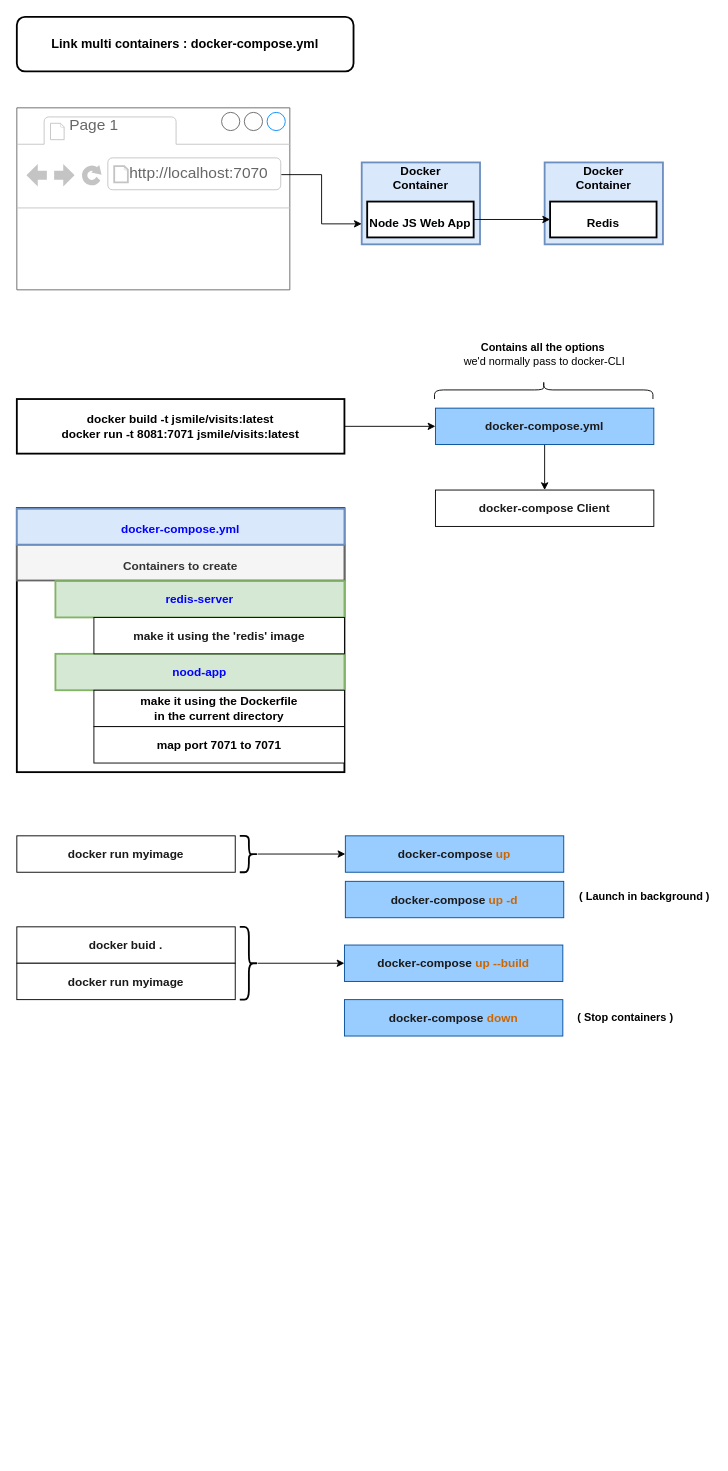
The draw.io diagram 4_link-two-containers.drawio in jsmile/docker-kubernetes, before the edit. Source tidied: cells renumbered, new cells numbered last; positions are measured from the earlier drawing's top-left corner, leaving out a move shared by most shapes. Both pictures are drawn from the tidied source at 91%, with x=0, y=0 at pixel (16, 16).
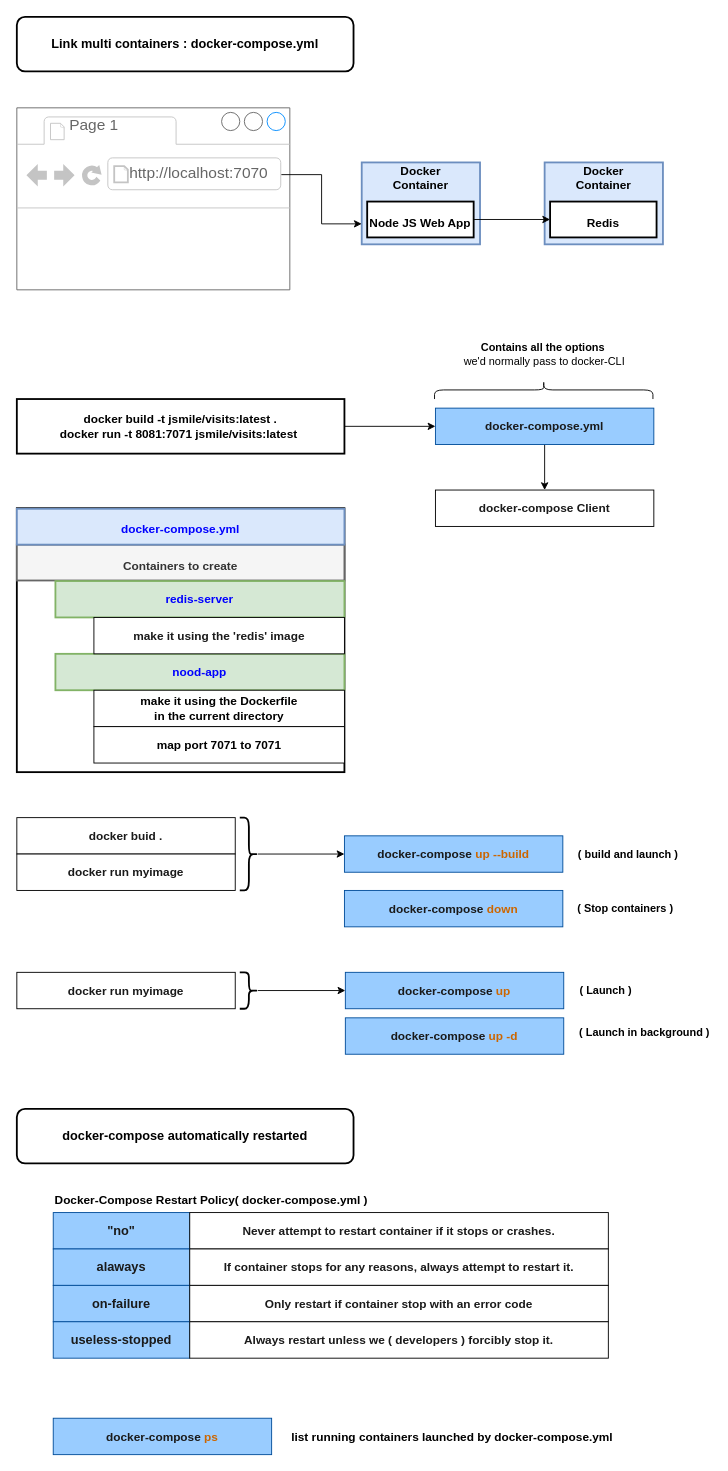
After the change.

Commit message (it also covers changes not shown here):
a fix of link multi containers : docker-compose.yml

Diff of the diagram source:
```diff
@@
-    <mxCell id="21" value="docker build -t jsmile/visits:latest&lt;br style=&quot;font-size: 13px;&quot;&gt;docker run -t 8081:7071 jsmile/visits:latest" style="rounded=0;whiteSpace=wrap;html=1;strokeWidth=2;fontSize=13;fontStyle=1;" parent="1" vertex="1">
+    <mxCell id="21" value="docker build -t jsmile/visits:latest .&lt;br style=&quot;font-size: 13px&quot;&gt;docker run -t 8081:7071 jsmile/visits:latest&amp;nbsp;" style="rounded=0;whiteSpace=wrap;html=1;strokeWidth=2;fontSize=13;fontStyle=1;" parent="1" vertex="1">
       <mxGeometry y="420" width="360" height="60" as="geometry" />
     </mxCell>
@@
+    <mxCell id="49" style="group;" parent="1" vertex="1">
+      <mxGeometry y="1050" width="765" height="90" as="geometry" />
+    </mxCell>
-    <mxCell id="36" value="&lt;h3 style=&quot;font-size: 13px&quot;&gt;&lt;font color=&quot;#1a1a1a&quot;&gt;docker run myimage&lt;/font&gt;&lt;/h3&gt;" style="rounded=0;whiteSpace=wrap;html=1;fontSize=13;" parent="1" vertex="1">
-      <mxGeometry y="900" width="240" height="40" as="geometry" />
+    <mxCell id="36" value="&lt;h3 style=&quot;font-size: 13px&quot;&gt;&lt;font color=&quot;#1a1a1a&quot;&gt;docker run myimage&lt;/font&gt;&lt;/h3&gt;" style="rounded=0;whiteSpace=wrap;html=1;fontSize=13;" parent="49" vertex="1">
+      <mxGeometry width="240" height="40" as="geometry" />
     </mxCell>
-    <mxCell id="37" value="&lt;h3 style=&quot;font-size: 13px&quot;&gt;&lt;font color=&quot;#1a1a1a&quot; style=&quot;font-size: 13px&quot;&gt;docker-compose &lt;/font&gt;&lt;font style=&quot;font-size: 13px&quot; color=&quot;#cc6600&quot;&gt;up&lt;/font&gt;&lt;/h3&gt;" style="rounded=0;whiteSpace=wrap;html=1;fillColor=#99CCFF;strokeColor=#004C99;fontSize=13;" parent="1" vertex="1">
-      <mxGeometry x="361" y="900" width="240" height="40" as="geometry" />
+    <mxCell id="37" value="&lt;h3 style=&quot;font-size: 13px&quot;&gt;&lt;font color=&quot;#1a1a1a&quot; style=&quot;font-size: 13px&quot;&gt;docker-compose &lt;/font&gt;&lt;font style=&quot;font-size: 13px&quot; color=&quot;#cc6600&quot;&gt;up&lt;/font&gt;&lt;/h3&gt;" style="rounded=0;whiteSpace=wrap;html=1;fillColor=#99CCFF;strokeColor=#004C99;fontSize=13;" parent="49" vertex="1">
+      <mxGeometry x="361" width="240" height="40" as="geometry" />
     </mxCell>
+    <mxCell id="40" style="edgeStyle=orthogonalEdgeStyle;rounded=0;jettySize=auto;html=1;fontSize=13;fontColor=#009900;" parent="49" edge="1" source="41" target="37">
+      <mxGeometry relative="1" as="geometry" />
+    </mxCell>
+    <mxCell id="41" style="shape=curlyBracket;whiteSpace=wrap;html=1;rounded=1;strokeWidth=2;fontSize=13;fontColor=#009900;rotation=-180;" parent="49" vertex="1">
+      <mxGeometry x="245" width="20" height="40" as="geometry" />
+    </mxCell>
+    <mxCell id="45" value="&lt;h3 style=&quot;font-size: 13px&quot;&gt;&lt;font color=&quot;#1a1a1a&quot; style=&quot;font-size: 13px&quot;&gt;docker-compose &lt;/font&gt;&lt;font color=&quot;#cc6600&quot;&gt;&lt;font style=&quot;font-size: 13px&quot;&gt;up &lt;/font&gt;&lt;font style=&quot;font-size: 13px&quot;&gt;-d&lt;/font&gt;&lt;/font&gt;&lt;/h3&gt;" style="rounded=0;whiteSpace=wrap;html=1;fillColor=#99CCFF;strokeColor=#004C99;fontSize=13;" parent="49" vertex="1">
+      <mxGeometry x="361" y="50" width="240" height="40" as="geometry" />
+    </mxCell>
+    <mxCell id="47" value="&lt;b&gt;( Launch in background )&lt;/b&gt;" style="text;html=1;strokeColor=none;fillColor=none;align=center;verticalAlign=middle;whiteSpace=wrap;rounded=0;" parent="49" vertex="1">
+      <mxGeometry x="615" y="46" width="150" height="41" as="geometry" />
+    </mxCell>
+    <mxCell id="50" value="&lt;b&gt;( Launch )&lt;/b&gt;" style="text;html=1;strokeColor=none;fillColor=none;align=center;verticalAlign=middle;whiteSpace=wrap;rounded=0;" parent="49" vertex="1">
+      <mxGeometry x="615" y="-1" width="65" height="41" as="geometry" />
+    </mxCell>
     <mxCell id="38" value="&lt;h3 style=&quot;font-size: 13px&quot;&gt;&lt;font color=&quot;#1a1a1a&quot;&gt;docker buid .&lt;/font&gt;&lt;/h3&gt;" style="rounded=0;whiteSpace=wrap;html=1;fontSize=13;" parent="1" vertex="1">
-      <mxGeometry y="1000" width="240" height="40" as="geometry" />
+      <mxGeometry y="880" width="240" height="40" as="geometry" />
     </mxCell>
     <mxCell id="39" value="&lt;h3 style=&quot;font-size: 13px&quot;&gt;&lt;font color=&quot;#1a1a1a&quot;&gt;docker run myimage&lt;/font&gt;&lt;/h3&gt;" style="rounded=0;whiteSpace=wrap;html=1;fontSize=13;" parent="1" vertex="1">
-      <mxGeometry y="1040" width="240" height="40" as="geometry" />
+      <mxGeometry y="920" width="240" height="40" as="geometry" />
     </mxCell>
-    <mxCell id="40" style="edgeStyle=orthogonalEdgeStyle;rounded=0;jettySize=auto;html=1;fontSize=13;fontColor=#009900;" parent="1" edge="1" source="41" target="37">
-      <mxGeometry relative="1" as="geometry" />
-    </mxCell>
-    <mxCell id="41" style="shape=curlyBracket;whiteSpace=wrap;html=1;rounded=1;strokeWidth=2;fontSize=13;fontColor=#009900;rotation=-180;" parent="1" vertex="1">
-      <mxGeometry x="245" y="900" width="20" height="40" as="geometry" />
-    </mxCell>
-    <mxCell id="42" style="edgeStyle=orthogonalEdgeStyle;rounded=0;jettySize=auto;html=1;entryX=0;entryY=0.5;entryDx=0;entryDy=0;fontSize=13;fontColor=#009900;" parent="1" edge="1" source="43" target="44">
-      <mxGeometry relative="1" as="geometry" />
-    </mxCell>
     <mxCell id="43" style="shape=curlyBracket;whiteSpace=wrap;html=1;rounded=1;strokeWidth=2;fontSize=13;fontColor=#009900;rotation=-180;" parent="1" vertex="1">
-      <mxGeometry x="245" y="1000" width="20" height="80" as="geometry" />
+      <mxGeometry x="245" y="880" width="20" height="80" as="geometry" />
     </mxCell>
     <mxCell id="44" value="&lt;h3 style=&quot;font-size: 13px&quot;&gt;&lt;font color=&quot;#1a1a1a&quot; style=&quot;font-size: 13px&quot;&gt;docker-compose &lt;/font&gt;&lt;font color=&quot;#cc6600&quot;&gt;&lt;font style=&quot;font-size: 13px&quot;&gt;up &lt;/font&gt;&lt;font style=&quot;font-size: 13px&quot;&gt;--build&lt;/font&gt;&lt;/font&gt;&lt;/h3&gt;" style="rounded=0;whiteSpace=wrap;html=1;fillColor=#99CCFF;strokeColor=#004C99;fontSize=13;" parent="1" vertex="1">
-      <mxGeometry x="360" y="1020" width="240" height="40" as="geometry" />
+      <mxGeometry x="360" y="900" width="240" height="40" as="geometry" />
     </mxCell>
-    <mxCell id="45" value="&lt;h3 style=&quot;font-size: 13px&quot;&gt;&lt;font color=&quot;#1a1a1a&quot; style=&quot;font-size: 13px&quot;&gt;docker-compose &lt;/font&gt;&lt;font color=&quot;#cc6600&quot;&gt;&lt;font style=&quot;font-size: 13px&quot;&gt;up &lt;/font&gt;&lt;font style=&quot;font-size: 13px&quot;&gt;-d&lt;/font&gt;&lt;/font&gt;&lt;/h3&gt;" style="rounded=0;whiteSpace=wrap;html=1;fillColor=#99CCFF;strokeColor=#004C99;fontSize=13;" parent="1" vertex="1">
-      <mxGeometry x="361" y="950" width="240" height="40" as="geometry" />
-    </mxCell>
+    <mxCell id="42" style="edgeStyle=orthogonalEdgeStyle;rounded=0;jettySize=auto;html=1;entryX=0;entryY=0.5;entryDx=0;entryDy=0;fontSize=13;fontColor=#009900;" parent="1" edge="1" source="43" target="44">
+      <mxGeometry relative="1" as="geometry" />
+    </mxCell>
     <mxCell id="46" value="&lt;h3 style=&quot;font-size: 13px&quot;&gt;&lt;font color=&quot;#1a1a1a&quot; style=&quot;font-size: 13px&quot;&gt;docker-compose &lt;/font&gt;&lt;font style=&quot;font-size: 13px&quot; color=&quot;#cc6600&quot;&gt;down&lt;/font&gt;&lt;/h3&gt;" style="rounded=0;whiteSpace=wrap;html=1;fillColor=#99CCFF;strokeColor=#004C99;fontSize=13;" parent="1" vertex="1">
-      <mxGeometry x="360" y="1080" width="240" height="40" as="geometry" />
+      <mxGeometry x="360" y="960" width="240" height="40" as="geometry" />
     </mxCell>
-    <mxCell id="47" value="&lt;b&gt;( Launch in background )&lt;/b&gt;" style="text;html=1;strokeColor=none;fillColor=none;align=center;verticalAlign=middle;whiteSpace=wrap;rounded=0;" parent="1" vertex="1">
-      <mxGeometry x="615" y="946" width="150" height="41" as="geometry" />
-    </mxCell>
     <mxCell id="48" value="&lt;b&gt;( Stop containers )&lt;/b&gt;" style="text;html=1;strokeColor=none;fillColor=none;align=center;verticalAlign=middle;whiteSpace=wrap;rounded=0;" parent="1" vertex="1">
-      <mxGeometry x="614" y="1079" width="110" height="41" as="geometry" />
+      <mxGeometry x="614" y="959" width="110" height="41" as="geometry" />
     </mxCell>
+    <mxCell id="51" value="&lt;b&gt;( build and launch )&lt;/b&gt;" style="text;html=1;strokeColor=none;fillColor=none;align=center;verticalAlign=middle;whiteSpace=wrap;rounded=0;" parent="1" vertex="1">
+      <mxGeometry x="614" y="900" width="116" height="41" as="geometry" />
+    </mxCell>
+    <mxCell id="52" value="&lt;font style=&quot;font-size: 14px&quot;&gt;&lt;b&gt;docker-compose automatically restarted&lt;/b&gt;&lt;/font&gt;" style="rounded=1;whiteSpace=wrap;html=1;strokeWidth=2;" parent="1" vertex="1">
+      <mxGeometry y="1200" width="370" height="60" as="geometry" />
+    </mxCell>
+    <mxCell id="53" value="&lt;h3&gt;&lt;font color=&quot;#1a1a1a&quot;&gt;&quot;no&quot;&lt;/font&gt;&lt;/h3&gt;" style="rounded=0;whiteSpace=wrap;html=1;fillColor=#99CCFF;strokeColor=#004C99;" parent="1" vertex="1">
+      <mxGeometry x="40" y="1314" width="150" height="40" as="geometry" />
+    </mxCell>
+    <mxCell id="54" value="&lt;h3 style=&quot;font-size: 13px&quot;&gt;&lt;font color=&quot;#1a1a1a&quot;&gt;Never attempt to restart container if it stops or crashes.&lt;/font&gt;&lt;/h3&gt;" style="rounded=0;whiteSpace=wrap;html=1;fontSize=13;" parent="1" vertex="1">
+      <mxGeometry x="190" y="1314" width="460" height="40" as="geometry" />
+    </mxCell>
+    <mxCell id="55" value="Docker-Compose Restart Policy( docker-compose.yml )" style="text;html=1;strokeColor=none;fillColor=none;align=left;verticalAlign=middle;whiteSpace=wrap;rounded=0;fontSize=13;fontColor=#000000;fontStyle=1;" parent="1" vertex="1">
+      <mxGeometry x="40" y="1290" width="360" height="20" as="geometry" />
+    </mxCell>
+    <mxCell id="56" value="&lt;h3&gt;&lt;font color=&quot;#1a1a1a&quot;&gt;alaways&lt;/font&gt;&lt;/h3&gt;" style="rounded=0;whiteSpace=wrap;html=1;fillColor=#99CCFF;strokeColor=#004C99;" parent="1" vertex="1">
+      <mxGeometry x="40" y="1354" width="150" height="40" as="geometry" />
+    </mxCell>
+    <mxCell id="57" value="&lt;h3 style=&quot;font-size: 13px&quot;&gt;&lt;font color=&quot;#1a1a1a&quot;&gt;If container stops for any reasons, always attempt to restart it.&lt;/font&gt;&lt;/h3&gt;" style="rounded=0;whiteSpace=wrap;html=1;fontSize=13;" parent="1" vertex="1">
+      <mxGeometry x="190" y="1354" width="460" height="40" as="geometry" />
+    </mxCell>
+    <mxCell id="58" value="&lt;h3&gt;&lt;font color=&quot;#1a1a1a&quot;&gt;on-failure&lt;/font&gt;&lt;/h3&gt;" style="rounded=0;whiteSpace=wrap;html=1;fillColor=#99CCFF;strokeColor=#004C99;" parent="1" vertex="1">
+      <mxGeometry x="40" y="1394" width="150" height="40" as="geometry" />
+    </mxCell>
+    <mxCell id="59" value="&lt;h3 style=&quot;font-size: 13px&quot;&gt;&lt;font color=&quot;#1a1a1a&quot;&gt;Only restart if container stop with an error code&lt;/font&gt;&lt;/h3&gt;" style="rounded=0;whiteSpace=wrap;html=1;fontSize=13;" parent="1" vertex="1">
+      <mxGeometry x="190" y="1394" width="460" height="40" as="geometry" />
+    </mxCell>
+    <mxCell id="60" value="&lt;h3&gt;&lt;font color=&quot;#1a1a1a&quot;&gt;useless-stopped&lt;/font&gt;&lt;/h3&gt;" style="rounded=0;whiteSpace=wrap;html=1;fillColor=#99CCFF;strokeColor=#004C99;" parent="1" vertex="1">
+      <mxGeometry x="40" y="1434" width="150" height="40" as="geometry" />
+    </mxCell>
+    <mxCell id="61" value="&lt;h3 style=&quot;font-size: 13px&quot;&gt;&lt;font color=&quot;#1a1a1a&quot;&gt;Always restart unless we ( developers ) forcibly stop it.&lt;/font&gt;&lt;/h3&gt;" style="rounded=0;whiteSpace=wrap;html=1;fontSize=13;" parent="1" vertex="1">
+      <mxGeometry x="190" y="1434" width="460" height="40" as="geometry" />
+    </mxCell>
+    <mxCell id="62" value="&lt;h3 style=&quot;font-size: 13px&quot;&gt;&lt;font color=&quot;#1a1a1a&quot; style=&quot;font-size: 13px&quot;&gt;docker-compose &lt;/font&gt;&lt;font style=&quot;font-size: 13px&quot; color=&quot;#cc6600&quot;&gt;ps&lt;/font&gt;&lt;/h3&gt;" style="rounded=0;whiteSpace=wrap;html=1;fillColor=#99CCFF;strokeColor=#004C99;fontSize=13;" parent="1" vertex="1">
+      <mxGeometry x="40" y="1540" width="240" height="40" as="geometry" />
+    </mxCell>
+    <mxCell id="63" value="list running containers launched by docker-compose.yml" style="text;html=1;strokeColor=none;fillColor=none;align=left;verticalAlign=middle;whiteSpace=wrap;rounded=0;fontSize=13;fontColor=#000000;fontStyle=1;" parent="1" vertex="1">
+      <mxGeometry x="300" y="1550" width="360" height="20" as="geometry" />
+    </mxCell>
```
